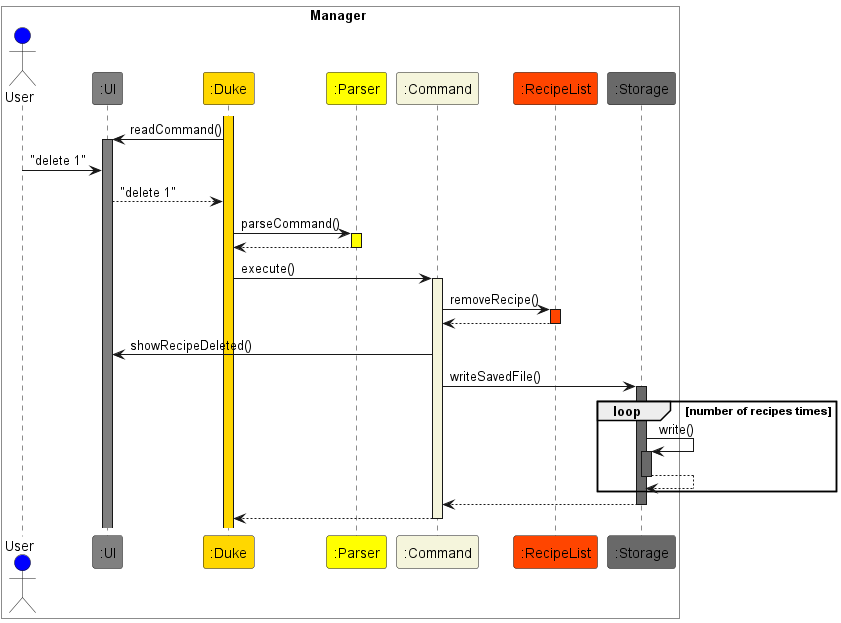
Before: docs/PlantUML/ArchitectureInteract.png, a diagram exported from PlantUML (nus-cs2113-AY2223S2/tp).
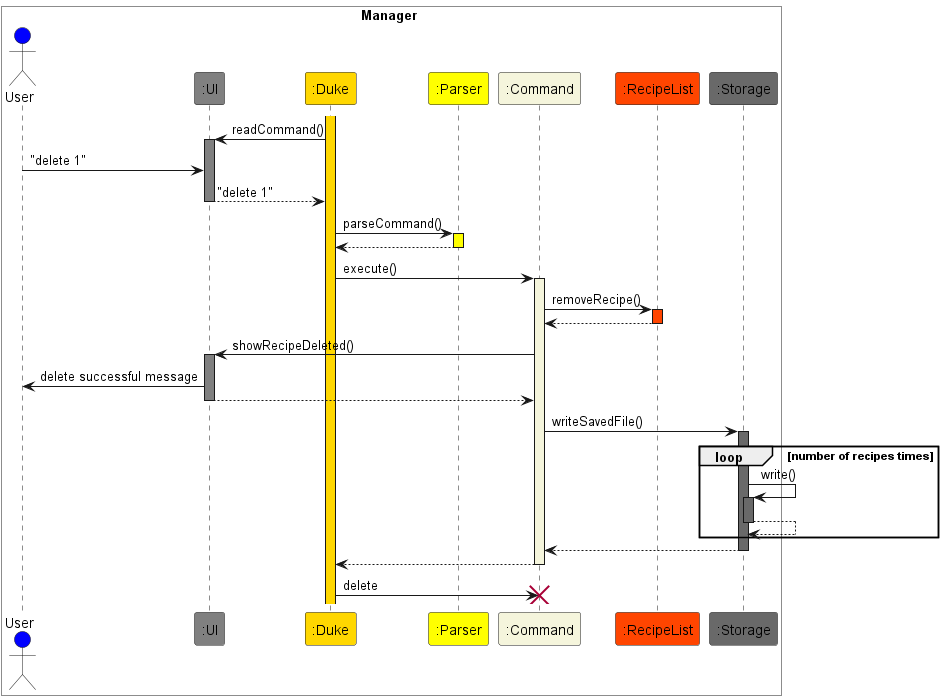
The same diagram one commit later.

What changed in the source:
```diff
@@ -14,6 +14,7 @@
 activate UI #Gray
 User -> UI : "delete 1"
 UI --> Duke : "delete 1"
+deactivate UI
 Duke -> Parser : parseCommand()
 activate Parser #Yellow
 Parser --> Duke
@@ -25,6 +26,10 @@
 RecipeList --> Command
 deactivate RecipeList
 Command -> UI : showRecipeDeleted()
+activate UI #Gray
+UI -> User : delete successful message
+UI --> Command
+deactivate UI
 Command -> Storage : writeSavedFile()
 activate Storage #DimGray
 loop number of recipes times
@@ -37,4 +42,7 @@
 deactivate Storage
 Command --> Duke
 deactivate Command
+Duke -> Command : delete
+destroy Command
+
 @enduml
```
